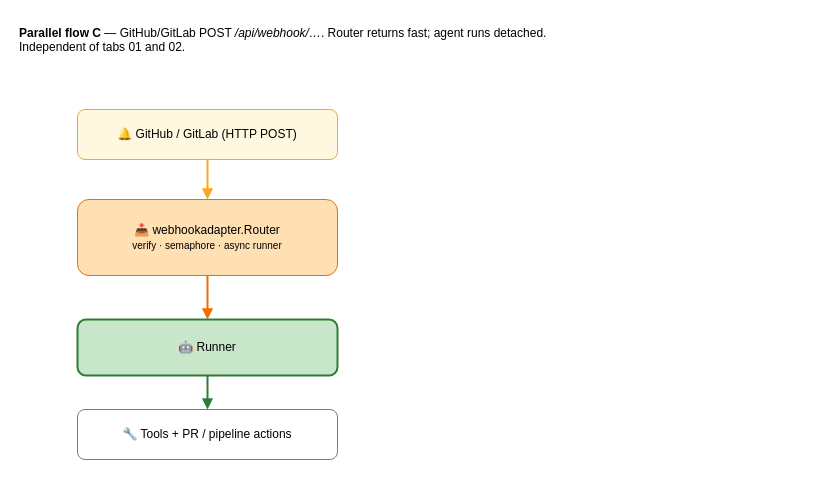
This is page "03 — Flow: DevOps webhooks" (4 of 7) of architecture-overview.drawio from hridesh-net/OpsIntelligence, a draw.io file, before an edit. Source tidied: cells renumbered, new cells numbered last; positions are measured from the earlier drawing's top-left corner, leaving out a move shared by most shapes. Both pictures are drawn from the tidied source at 100%, with x=0, y=0 at pixel (17, 19).
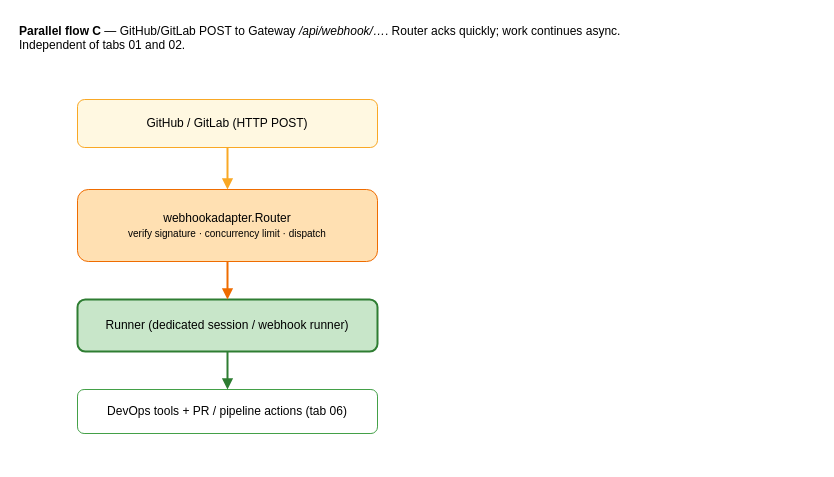
Above is the later version.

What changed in the source:
```diff
@@
 <mxGraphModel>
   <root>
     <mxCell id="0" />
     <mxCell id="1" parent="0" />
-    <mxCell id="2" value="&lt;b&gt;Parallel flow C&lt;/b&gt; — GitHub/GitLab POST &lt;i&gt;/api/webhook/…&lt;/i&gt;. Router returns fast; agent runs detached.&lt;br&gt;Independent of tabs 01 and 02." style="text;html=1;strokeColor=none;fillColor=none;align=left;fontSize=12;" parent="1" vertex="1">
-      <mxGeometry width="780" height="40" as="geometry" />
+    <mxCell id="2" value="&lt;b&gt;Parallel flow C&lt;/b&gt; — GitHub/GitLab POST to Gateway &lt;i&gt;/api/webhook/…&lt;/i&gt;. Router acks quickly; work continues async.&lt;br&gt;Independent of tabs 01 and 02." style="text;html=1;strokeColor=none;fillColor=none;align=left;fontSize=12;" parent="1" vertex="1">
+      <mxGeometry y="-2" width="800" height="44" as="geometry" />
     </mxCell>
-    <mxCell id="3" value="🔔 GitHub / GitLab (HTTP POST)" style="rounded=1;whiteSpace=wrap;html=1;fillColor=#fff8e1;strokeColor=#f9a825;" parent="1" vertex="1">
-      <mxGeometry x="60" y="90" width="260" height="50" as="geometry" />
+    <mxCell id="3" value="GitHub / GitLab (HTTP POST)" style="rounded=1;whiteSpace=wrap;html=1;fillColor=#fff8e1;strokeColor=#f9a825;" parent="1" vertex="1">
+      <mxGeometry x="60" y="80" width="300" height="48" as="geometry" />
     </mxCell>
-    <mxCell id="4" value="📥 webhookadapter.Router&lt;br&gt;&lt;font style=&quot;font-size:10px&quot;&gt;verify · semaphore · async runner&lt;/font&gt;" style="rounded=1;whiteSpace=wrap;html=1;fillColor=#ffe0b2;strokeColor=#ef6c00;" parent="1" vertex="1">
-      <mxGeometry x="60" y="180" width="260" height="76" as="geometry" />
+    <mxCell id="4" value="webhookadapter.Router&lt;br&gt;&lt;font style=&quot;font-size:10px&quot;&gt;verify signature · concurrency limit · dispatch&lt;/font&gt;" style="rounded=1;whiteSpace=wrap;html=1;fillColor=#ffe0b2;strokeColor=#ef6c00;" parent="1" vertex="1">
+      <mxGeometry x="60" y="170" width="300" height="72" as="geometry" />
     </mxCell>
-    <mxCell id="5" value="🤖 Runner" style="rounded=1;whiteSpace=wrap;html=1;fillColor=#c8e6c9;strokeColor=#2e7d32;strokeWidth=2;" parent="1" vertex="1">
-      <mxGeometry x="60" y="300" width="260" height="56" as="geometry" />
+    <mxCell id="5" value="Runner (dedicated session / webhook runner)" style="rounded=1;whiteSpace=wrap;html=1;fillColor=#c8e6c9;strokeColor=#2e7d32;strokeWidth=2;" parent="1" vertex="1">
+      <mxGeometry x="60" y="280" width="300" height="52" as="geometry" />
     </mxCell>
-    <mxCell id="6" value="🔧 Tools + PR / pipeline actions" style="rounded=1;whiteSpace=wrap;html=1;fillColor=#ffffff;strokeColor=#43a047;" parent="1" vertex="1">
-      <mxGeometry x="60" y="390" width="260" height="50" as="geometry" />
+    <mxCell id="6" value="DevOps tools + PR / pipeline actions (tab 06)" style="rounded=1;whiteSpace=wrap;html=1;fillColor=#ffffff;strokeColor=#43a047;" parent="1" vertex="1">
+      <mxGeometry x="60" y="370" width="300" height="44" as="geometry" />
     </mxCell>
     <mxCell id="7" style="edgeStyle=orthogonalEdgeStyle;endArrow=block;strokeColor=#f9a825;strokeWidth=2;" parent="1" edge="1" source="3" target="4">
       <mxGeometry relative="1" as="geometry" />
     </mxCell>
     <mxCell id="8" style="edgeStyle=orthogonalEdgeStyle;endArrow=block;strokeColor=#ef6c00;strokeWidth=2;" parent="1" edge="1" source="4" target="5">
       <mxGeometry relative="1" as="geometry" />
     </mxCell>
     <mxCell id="9" style="edgeStyle=orthogonalEdgeStyle;endArrow=block;strokeColor=#2e7d32;strokeWidth=2;" parent="1" edge="1" source="5" target="6">
       <mxGeometry relative="1" as="geometry" />
     </mxCell>
   </root>
 </mxGraphModel>
```
